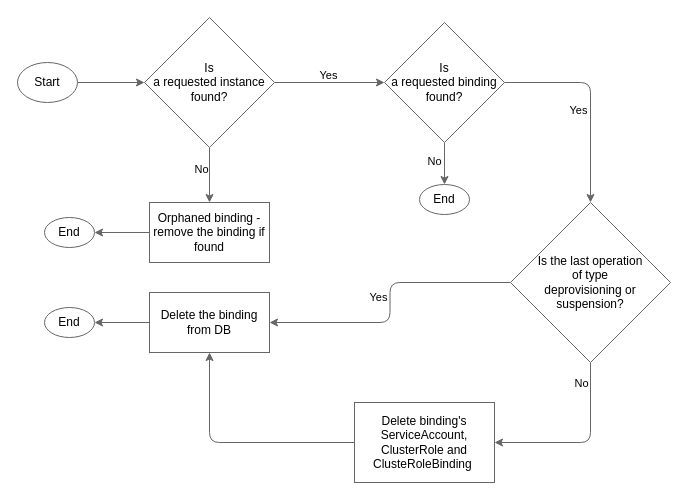
Before: docs/assets/bindings-delete-flow.drawio in kyma-project/kyma-environment-broker, a draw.io diagram. Source tidied: cells renumbered, new cells numbered last; positions are measured from the earlier drawing's top-left corner, leaving out a move shared by most shapes. Both pictures are drawn from the tidied source at 100%, with x=0, y=0 at pixel (17, 17).
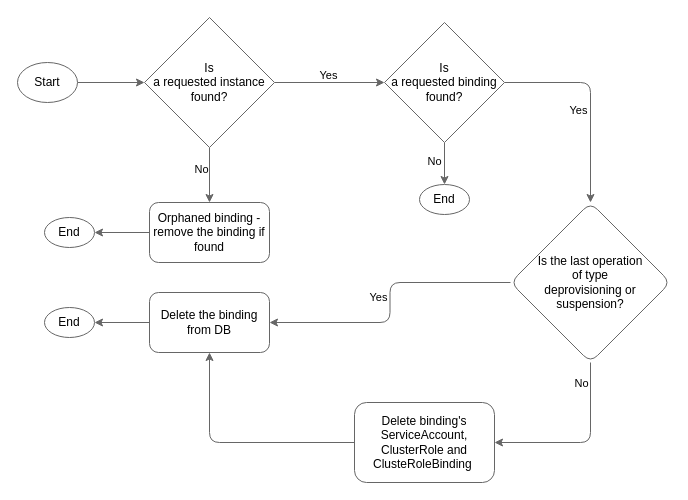
After the change.

Change to the diagram source:
```diff
@@
-<mxGraphModel>
+<mxGraphModel background="#ffffff">
@@
-    <mxCell id="10" value="Orphaned binding -remove the binding if found" style="whiteSpace=wrap;html=1;fillColor=#ffffff;fontColor=#000000;strokeColor=#666666;" parent="1" vertex="1">
+    <mxCell id="10" value="Orphaned binding -remove the binding if found" style="whiteSpace=wrap;html=1;fillColor=#ffffff;fontColor=#000000;strokeColor=#666666;rounded=1;" parent="1" vertex="1">
       <mxGeometry x="132" y="185" width="120" height="60" as="geometry" />
     </mxCell>
@@
-    <mxCell id="18" value="Is the last operation &lt;br&gt;of type&lt;br&gt;deprovisioning or suspension?" style="rhombus;whiteSpace=wrap;html=1;fillColor=#ffffff;fontColor=#000000;strokeColor=#666666;" parent="1" vertex="1">
+    <mxCell id="18" value="Is the last operation &lt;br&gt;of type&lt;br&gt;deprovisioning or suspension?" style="rhombus;whiteSpace=wrap;html=1;fillColor=#ffffff;fontColor=#000000;strokeColor=#666666;rounded=1;" parent="1" vertex="1">
       <mxGeometry x="493" y="185" width="160" height="160" as="geometry" />
     </mxCell>
@@
-    <mxCell id="20" value="Delete the binding from DB" style="whiteSpace=wrap;html=1;fillColor=#ffffff;fontColor=#000000;strokeColor=#666666;" parent="1" vertex="1">
+    <mxCell id="20" value="Delete the binding from DB" style="whiteSpace=wrap;html=1;fillColor=#ffffff;fontColor=#000000;strokeColor=#666666;rounded=1;" parent="1" vertex="1">
       <mxGeometry x="132" y="275" width="120" height="60" as="geometry" />
     </mxCell>
@@
-    <mxCell id="22" value="Delete binding's ServiceAccount, ClusterRole and ClusteRoleBinding&amp;nbsp;" style="whiteSpace=wrap;html=1;fillColor=#ffffff;fontColor=#000000;strokeColor=#666666;" parent="1" vertex="1">
+    <mxCell id="22" value="Delete binding's ServiceAccount, ClusterRole and ClusteRoleBinding&amp;nbsp;" style="whiteSpace=wrap;html=1;fillColor=#ffffff;fontColor=#000000;strokeColor=#666666;rounded=1;" parent="1" vertex="1">
       <mxGeometry x="337" y="385" width="140" height="80" as="geometry" />
     </mxCell>
```
